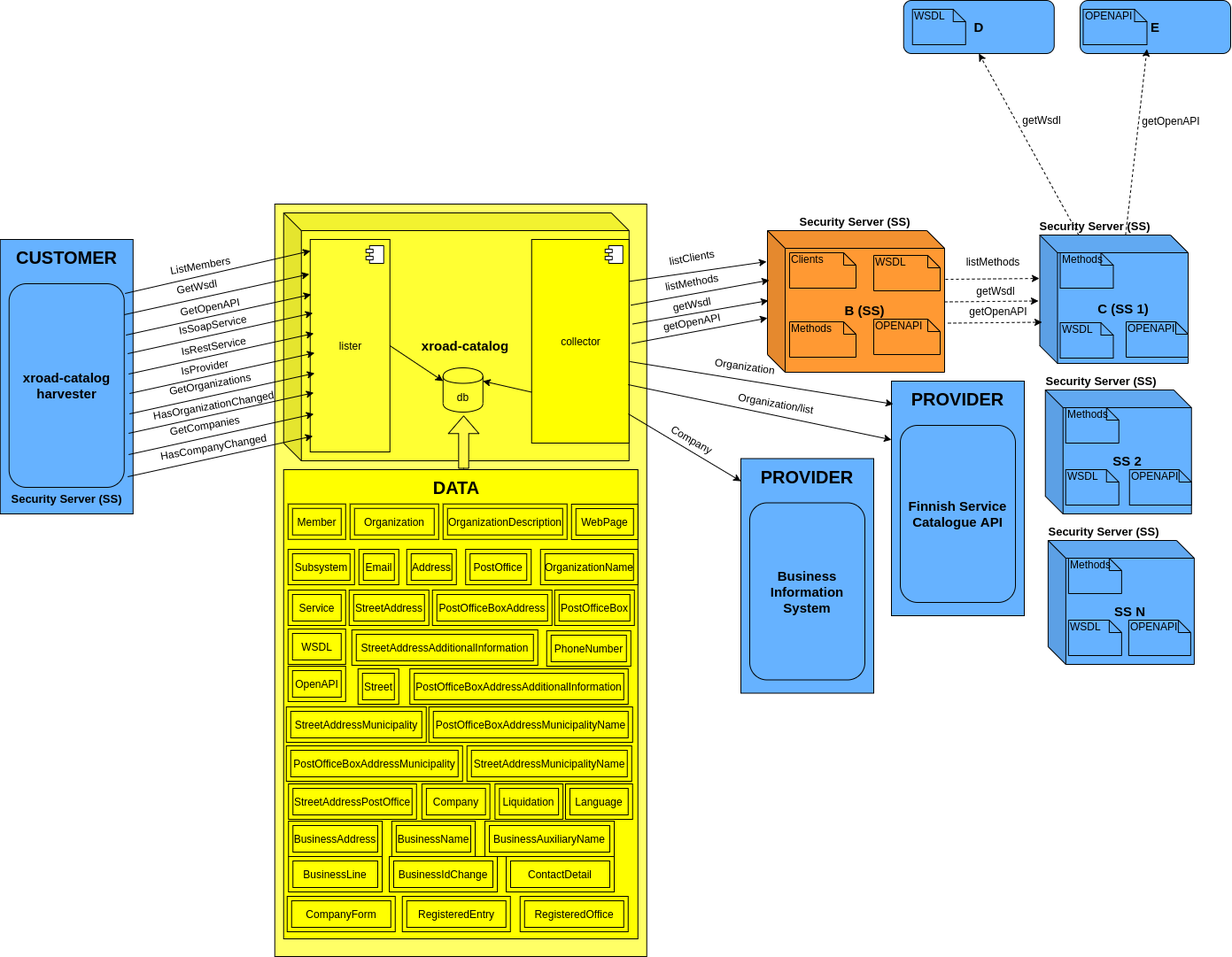
This is architecture.png from vrk-kpa/xroad-catalog, a draw.io export, as it was before one commit. Source tidied: cells renumbered, new cells last; positions are measured from the earlier drawing's top-left corner, leaving out a move shared by most shapes.
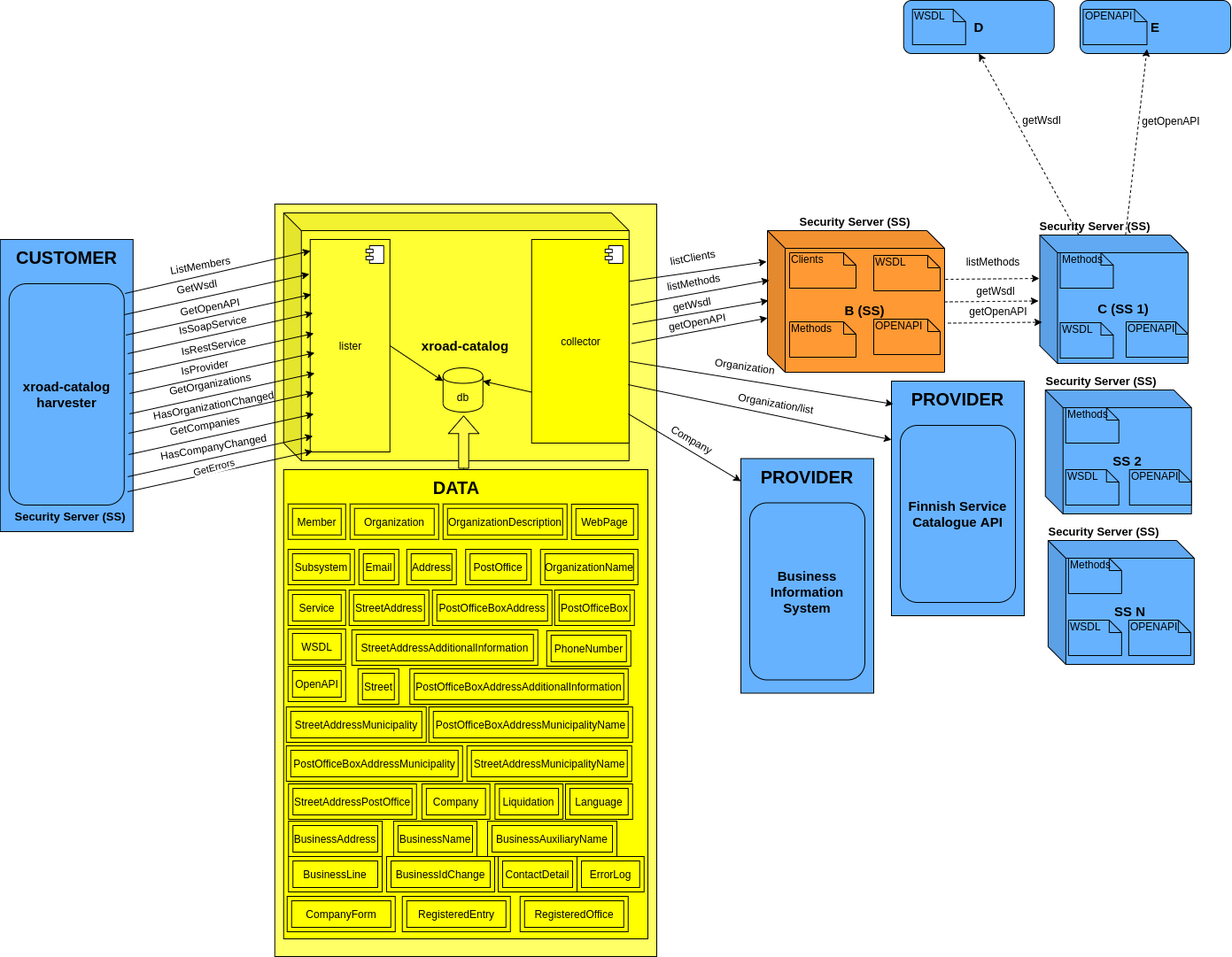
The same file after the commit.

Diff of the diagram source:
```diff
@@ -107,19 +107,19 @@
       <mxGeometry x="1273.9" y="700" width="70" height="40" as="geometry" />
     </mxCell>
     <mxCell id="34" style="rounded=0;whiteSpace=wrap;html=1;fontSize=15;fillColor=#FFFF66;" parent="1" vertex="1">
-      <mxGeometry x="309.8" y="230" width="420" height="850" as="geometry" />
+      <mxGeometry x="309.8" y="230" width="431.2" height="850" as="geometry" />
     </mxCell>
     <mxCell id="35" style="rounded=0;whiteSpace=wrap;html=1;fillColor=#66B2FF;fontSize=20;" parent="1" vertex="1">
-      <mxGeometry x="-0.2" y="270" width="150" height="310" as="geometry" />
+      <mxGeometry x="-0.2" y="270" width="150" height="330" as="geometry" />
     </mxCell>
     <mxCell id="36" value="xroad-catalog harvester" style="rounded=1;whiteSpace=wrap;html=1;fontSize=15;fontStyle=1;fillColor=#66B2FF;" parent="1" vertex="1">
-      <mxGeometry x="9.8" y="320" width="130" height="230" as="geometry" />
+      <mxGeometry x="9.8" y="320" width="130" height="250" as="geometry" />
     </mxCell>
     <mxCell id="37" style="endArrow=classic;html=1;entryX=-0.005;entryY=0.219;entryDx=0;entryDy=0;entryPerimeter=0;exitX=1;exitY=0.206;exitDx=0;exitDy=0;exitPerimeter=0;" parent="1" edge="1" source="46" target="2">
       <mxGeometry relative="1" as="geometry" />
     </mxCell>
     <mxCell id="38" value="listClients" style="text;html=1;strokeColor=none;fillColor=none;align=center;verticalAlign=middle;whiteSpace=wrap;rounded=0;rotation=-10;" parent="1" vertex="1">
-      <mxGeometry x="761" y="280" width="40" height="20" as="geometry" />
+      <mxGeometry x="762" y="280" width="40" height="20" as="geometry" />
     </mxCell>
     <mxCell id="39" value="ListMembers" style="text;html=1;strokeColor=none;fillColor=none;align=center;verticalAlign=middle;whiteSpace=wrap;rounded=0;rotation=-10;" parent="1" vertex="1">
       <mxGeometry x="206" y="289" width="40" height="20" as="geometry" />
@@ -131,7 +131,7 @@
       <mxGeometry x="379.8" y="545" width="40" height="20" as="geometry" />
     </mxCell>
     <mxCell id="42" value="&lt;b style=&quot;font-size: 13px;&quot;&gt;Security Server (SS)&lt;/b&gt;" style="text;html=1;strokeColor=none;fillColor=none;align=center;verticalAlign=middle;whiteSpace=wrap;rounded=0;fontSize=13;" parent="1" vertex="1">
-      <mxGeometry x="6" y="555" width="137.5" height="15" as="geometry" />
+      <mxGeometry x="9.8" y="575" width="137.5" height="15" as="geometry" />
     </mxCell>
     <mxCell id="43" value="xroad-catalog" style="shape=cube;whiteSpace=wrap;html=1;boundedLbl=1;backgroundOutline=1;darkOpacity=0.05;darkOpacity2=0.1;fillColor=#FFFF33;fontSize=15;fontStyle=1;" parent="1" vertex="1">
       <mxGeometry x="319.8" y="240" width="390" height="280" as="geometry" />
@@ -208,13 +208,13 @@
       </mxGeometry>
     </mxCell>
     <mxCell id="63" value="listMethods" style="text;html=1;strokeColor=none;fillColor=none;align=center;verticalAlign=middle;whiteSpace=wrap;rounded=0;rotation=-10;" parent="1" vertex="1">
-      <mxGeometry x="761" y="308" width="40" height="20" as="geometry" />
+      <mxGeometry x="763" y="308" width="40" height="20" as="geometry" />
     </mxCell>
     <mxCell id="64" value="getWsdl" style="text;html=1;strokeColor=none;fillColor=none;align=center;verticalAlign=middle;whiteSpace=wrap;rounded=0;rotation=-10;" parent="1" vertex="1">
       <mxGeometry x="761" y="333" width="40" height="20" as="geometry" />
     </mxCell>
     <mxCell id="65" value="getOpenAPI" style="text;html=1;strokeColor=none;fillColor=none;align=center;verticalAlign=middle;whiteSpace=wrap;rounded=0;rotation=-10;" parent="1" vertex="1">
-      <mxGeometry x="761" y="353" width="40" height="20" as="geometry" />
+      <mxGeometry x="767" y="353" width="40" height="20" as="geometry" />
     </mxCell>
     <mxCell id="66" style="html=1;shadow=0;dashed=0;align=center;verticalAlign=middle;shape=mxgraph.arrows2.arrow;dy=0.67;dx=20;notch=0;rotation=-90;fillColor=#FFF945;" parent="1" vertex="1">
       <mxGeometry x="493.4" y="481.6" width="59.2" height="34.5" as="geometry" />
@@ -240,7 +240,7 @@
       <mxGeometry x="856" y="445" width="40" height="20" as="geometry" />
     </mxCell>
     <mxCell id="73" style="rounded=0;whiteSpace=wrap;html=1;fillColor=#FFFF00;fontSize=20;" parent="1" vertex="1">
-      <mxGeometry x="319.8" y="530" width="400" height="530" as="geometry" />
+      <mxGeometry x="319.8" y="530" width="411.2" height="530" as="geometry" />
     </mxCell>
     <mxCell id="74" value="DATA" style="text;html=1;strokeColor=none;fillColor=none;align=center;verticalAlign=middle;whiteSpace=wrap;rounded=0;fontSize=20;fontStyle=1;direction=west;flipV=0;rotation=0;" parent="1" vertex="1">
       <mxGeometry x="494.8" y="540" width="40" height="20" as="geometry" />
@@ -416,19 +416,19 @@
       <mxGeometry x="325.2" y="927" width="105.8" height="40" as="geometry" />
     </mxCell>
     <mxCell id="122" value="BusinessName" style="shape=ext;margin=3;double=1;whiteSpace=wrap;html=1;align=center;fillColor=#FFFF00;" parent="1" vertex="1">
-      <mxGeometry x="441.9" y="927" width="94.1" height="40" as="geometry" />
+      <mxGeometry x="443.9" y="927" width="94.1" height="40" as="geometry" />
     </mxCell>
     <mxCell id="123" value="BusinessAuxiliaryName" style="shape=ext;margin=3;double=1;whiteSpace=wrap;html=1;align=center;fillColor=#FFFF00;" parent="1" vertex="1">
-      <mxGeometry x="547" y="927" width="146" height="40" as="geometry" />
+      <mxGeometry x="550" y="927" width="146" height="40" as="geometry" />
     </mxCell>
     <mxCell id="124" value="BusinessLine" style="shape=ext;margin=3;double=1;whiteSpace=wrap;html=1;align=center;fillColor=#FFFF00;" parent="1" vertex="1">
       <mxGeometry x="325.2" y="967" width="105.8" height="40" as="geometry" />
     </mxCell>
     <mxCell id="125" value="BusinessIdChange" style="shape=ext;margin=3;double=1;whiteSpace=wrap;html=1;align=center;fillColor=#FFFF00;" parent="1" vertex="1">
-      <mxGeometry x="439" y="967" width="122" height="40" as="geometry" />
+      <mxGeometry x="436" y="967" width="122" height="40" as="geometry" />
     </mxCell>
     <mxCell id="126" value="ContactDetail" style="shape=ext;margin=3;double=1;whiteSpace=wrap;html=1;align=center;fillColor=#FFFF00;" parent="1" vertex="1">
-      <mxGeometry x="571" y="967" width="122" height="40" as="geometry" />
+      <mxGeometry x="562" y="967" width="89" height="40" as="geometry" />
     </mxCell>
     <mxCell id="127" value="CompanyForm" style="shape=ext;margin=3;double=1;whiteSpace=wrap;html=1;align=center;fillColor=#FFFF00;" parent="1" vertex="1">
       <mxGeometry x="323.8" y="1012" width="122" height="40" as="geometry" />
@@ -439,5 +439,19 @@
     <mxCell id="129" value="RegisteredOffice" style="shape=ext;margin=3;double=1;whiteSpace=wrap;html=1;align=center;fillColor=#FFFF00;" parent="1" vertex="1">
       <mxGeometry x="586.8" y="1012" width="122" height="40" as="geometry" />
     </mxCell>
+    <mxCell id="130" style="endArrow=classic;html=1;exitX=1;exitY=0.25;exitDx=0;exitDy=0;entryX=-0.011;entryY=0.163;entryDx=0;entryDy=0;entryPerimeter=0;" parent="1" edge="1">
+      <mxGeometry relative="1" as="geometry">
+        <mxPoint x="143.5" y="555" as="sourcePoint" />
+        <mxPoint x="352.5" y="509.1" as="targetPoint" />
+      </mxGeometry>
+    </mxCell>
+    <mxCell id="131" value="GetErrors" style="edgeLabel;html=1;align=center;verticalAlign=middle;rotation=-15;" parent="130" vertex="1">
+      <mxGeometry x="-0.17" y="3" relative="1" as="geometry">
+        <mxPoint x="10.2" y="-5.5" as="offset" />
+      </mxGeometry>
+    </mxCell>
+    <mxCell id="132" value="ErrorLog" style="shape=ext;margin=3;double=1;whiteSpace=wrap;html=1;align=center;fillColor=#FFFF00;" parent="1" vertex="1">
+      <mxGeometry x="651" y="967" width="75.8" height="40" as="geometry" />
+    </mxCell>
   </root>
 </mxGraphModel>
```
